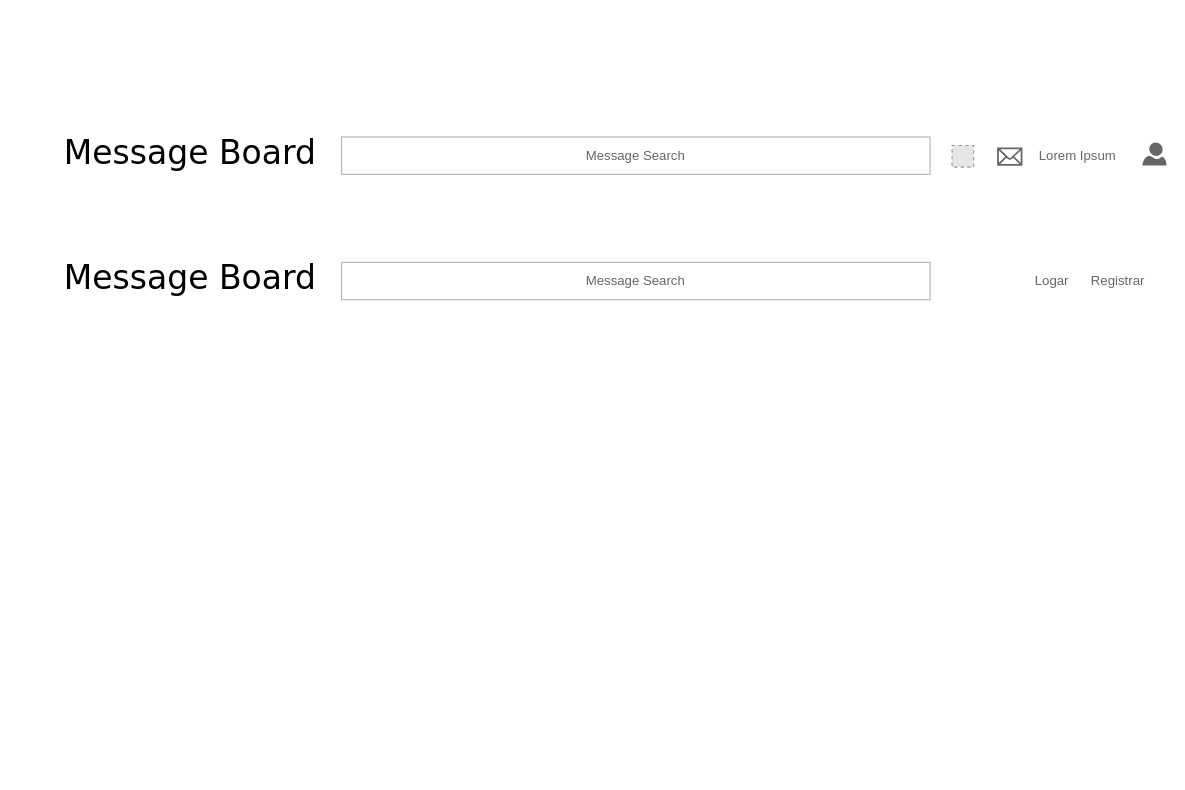
Earlier version of the draw.io diagram page "templates" (6 of 6) of wireframe/messageboard.drawio (johnywalves/message-board-frontend). Source tidied: cells renumbered, new cells numbered last; positions are measured from the earlier drawing's top-left corner, leaving out a move shared by most shapes. Both pictures are drawn from the tidied source at 110%, with x=0, y=0 at pixel (62, 130). Pictures stored in the file or linked from it are replaced by grey dashed boxes.
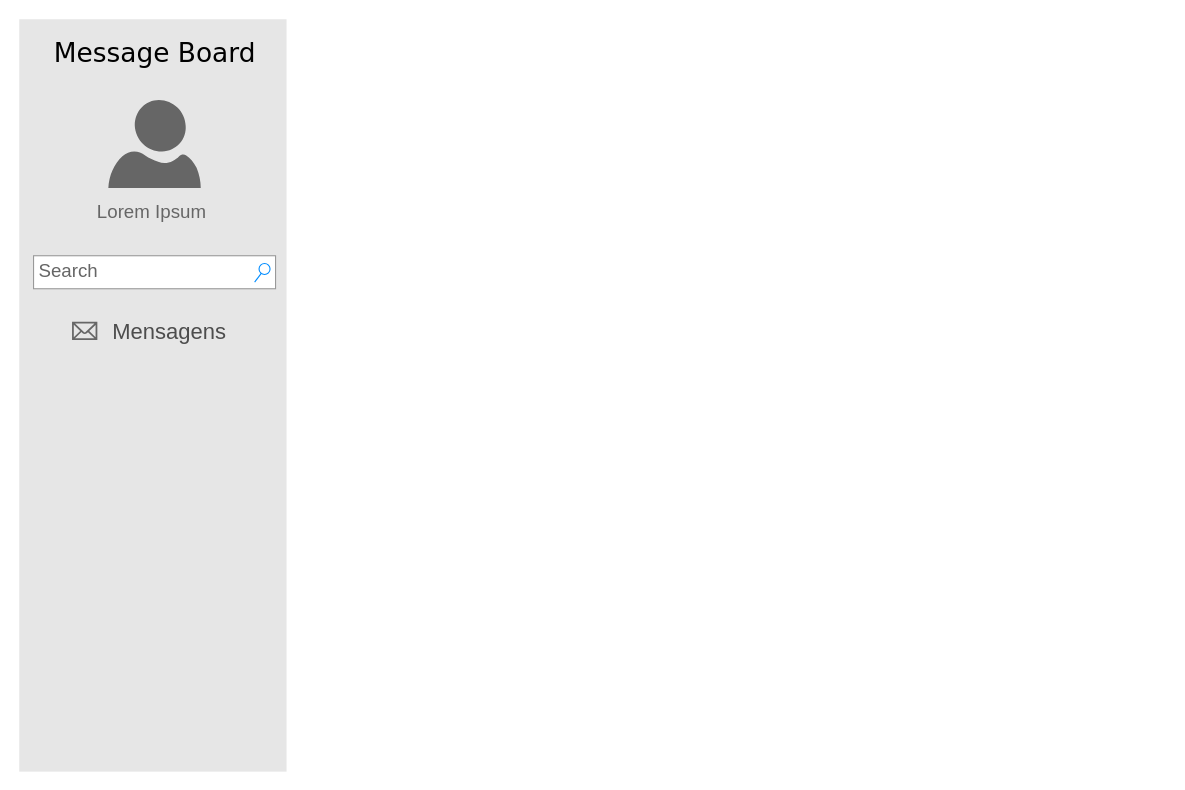
The same page after the edit.

Diff of the diagram source:
```diff
@@
 <mxGraphModel>
   <root>
     <mxCell id="0" />
     <mxCell id="1" parent="0" />
-    <mxCell id="2" style="group;" parent="1" vertex="1">
-      <mxGeometry width="1004" height="46" as="geometry" />
-    </mxCell>
+    <mxCell id="14" style="rounded=0;whiteSpace=wrap;html=1;fontSize=20;fontColor=#4D4D4D;strokeColor=none;fillColor=#E6E6E6;" parent="1" vertex="1">
+      <mxGeometry x="-39" y="-101" width="243" height="684" as="geometry" />
+    </mxCell>
-    <mxCell id="3" value="Message Board" style="text;html=1;align=left;verticalAlign=top;spacingTop=-4;fontSize=30;fontFamily=Verdana;fontColor=#000000;" parent="2" vertex="1">
-      <mxGeometry width="240" height="46" as="geometry" />
+    <mxCell id="3" value="Message Board" style="text;html=1;align=center;verticalAlign=top;spacingTop=-4;fontSize=24;fontFamily=Verdana;fontColor=#000000;" parent="1" vertex="1">
+      <mxGeometry x="-37" y="-87" width="241" height="46" as="geometry" />
     </mxCell>
-    <mxCell id="4" style="fillColor=#E6E6E6;strokeColor=#999999;dashed=1;html=1;verticalAlign=top;verticalLabelPosition=bottom;labelBackgroundColor=#ffffff;fontColor=#666666;" parent="2" vertex="1">
-      <mxGeometry x="809" y="13.8" width="19.6" height="19.6" as="geometry" />
-    </mxCell>
-    <mxCell id="5" style="shape=mxgraph.signs.tech.mail;html=1;fillColor=#666666;strokeColor=none;verticalLabelPosition=bottom;verticalAlign=top;align=center;" parent="2" vertex="1">
-      <mxGeometry x="850" y="15.6" width="23" height="16.5" as="geometry" />
+    <mxCell id="5" style="shape=mxgraph.signs.tech.mail;html=1;fillColor=#666666;strokeColor=none;verticalLabelPosition=bottom;verticalAlign=top;align=center;" parent="1" vertex="1">
+      <mxGeometry x="9" y="174.1" width="23" height="16.5" as="geometry" />
     </mxCell>
-    <mxCell id="6" style="shadow=0;dashed=0;html=1;strokeColor=none;labelPosition=center;verticalLabelPosition=bottom;verticalAlign=top;align=center;shape=mxgraph.azure.user;fillColor=#666666;" parent="2" vertex="1">
-      <mxGeometry x="982" y="11" width="22" height="21" as="geometry" />
+    <mxCell id="6" style="shadow=0;dashed=0;html=1;strokeColor=none;labelPosition=center;verticalLabelPosition=bottom;verticalAlign=top;align=center;shape=mxgraph.azure.user;fillColor=#666666;" parent="1" vertex="1">
+      <mxGeometry x="42" y="-27.5" width="84" height="80" as="geometry" />
     </mxCell>
-    <mxCell id="7" value="&lt;span&gt;Lorem Ipsum&amp;nbsp;&lt;/span&gt;" style="text;html=1;strokeColor=none;fillColor=none;align=center;verticalAlign=middle;whiteSpace=wrap;rounded=0;fontColor=#666666;" parent="2" vertex="1">
-      <mxGeometry x="880" y="13.8" width="90" height="18.3" as="geometry" />
+    <mxCell id="7" value="&lt;span style=&quot;font-size: 17px;&quot;&gt;Lorem Ipsum&amp;nbsp;&lt;/span&gt;" style="text;html=1;strokeColor=none;fillColor=none;align=center;verticalAlign=middle;whiteSpace=wrap;rounded=0;fontColor=#666666;fontSize=17;" parent="1" vertex="1">
+      <mxGeometry x="14" y="66" width="140" height="18" as="geometry" />
     </mxCell>
-    <mxCell id="8" value="Message Search" style="rounded=0;whiteSpace=wrap;html=1;fontColor=#666666;strokeColor=#B3B3B3;" parent="2" vertex="1">
-      <mxGeometry x="254" y="6" width="535" height="34" as="geometry" />
-    </mxCell>
-    <mxCell id="9" style="group;" parent="1" vertex="1">
-      <mxGeometry y="114" width="1004" height="46" as="geometry" />
-    </mxCell>
-    <mxCell id="10" value="Message Board" style="text;html=1;align=left;verticalAlign=top;spacingTop=-4;fontSize=30;fontFamily=Verdana;fontColor=#000000;" parent="9" vertex="1">
-      <mxGeometry width="240" height="46" as="geometry" />
-    </mxCell>
-    <mxCell id="11" value="&lt;span&gt;Logar&lt;/span&gt;" style="text;html=1;strokeColor=none;fillColor=none;align=center;verticalAlign=middle;whiteSpace=wrap;rounded=0;fontColor=#666666;" parent="9" vertex="1">
-      <mxGeometry x="874" y="14" width="52" height="18" as="geometry" />
-    </mxCell>
-    <mxCell id="12" value="Message Search" style="rounded=0;whiteSpace=wrap;html=1;fontColor=#666666;strokeColor=#B3B3B3;" parent="9" vertex="1">
-      <mxGeometry x="254" y="6" width="535" height="34" as="geometry" />
-    </mxCell>
-    <mxCell id="13" value="&lt;span&gt;Registrar&lt;br&gt;&lt;/span&gt;" style="text;html=1;strokeColor=none;fillColor=none;align=center;verticalAlign=middle;whiteSpace=wrap;rounded=0;fontColor=#666666;" parent="9" vertex="1">
-      <mxGeometry x="927" y="14" width="66" height="18" as="geometry" />
-    </mxCell>
+    <mxCell id="15" value="Search" style="strokeWidth=1;shadow=0;dashed=0;align=center;html=1;shape=mxgraph.mockup.forms.searchBox;strokeColor=#999999;mainText=;fillColor=#ffffff;strokeColor2=#008cff;fontColor=#666666;fontSize=17;align=left;spacingLeft=3;" parent="1" vertex="1">
+      <mxGeometry x="-26" y="114" width="220" height="30" as="geometry" />
+    </mxCell>
+    <mxCell id="16" value="Mensagens" style="text;html=1;align=left;verticalAlign=top;spacingTop=-4;fontSize=20;fontColor=#4D4D4D;" parent="1" vertex="1">
+      <mxGeometry x="44" y="168" width="120" height="30" as="geometry" />
+    </mxCell>
   </root>
 </mxGraphModel>
```
